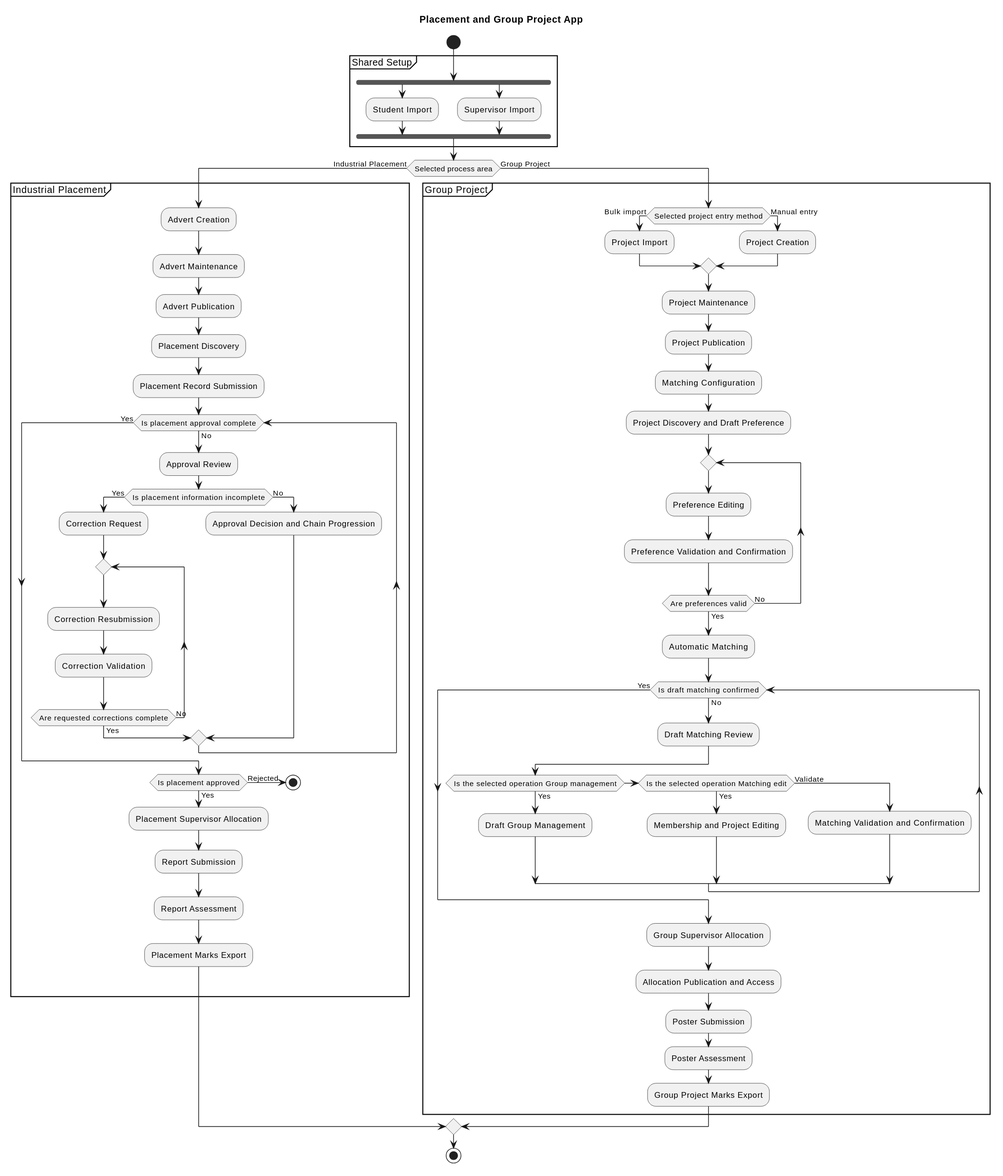
The PlantUML diagram industrial-placement-group-project/diagrams/overview.svg in sdflkjssl/sdflkjssl.github.io, before a commit. Source of this version:
```plantuml
@startuml
!pragma layout smetana
title Placement and Group Project App
skinparam monochrome true
skinparam shadowing false

start
partition "Shared Setup" {
  fork
    :Student Import;
  fork again
    :Supervisor Import;
  end fork
}
if (Selected process area) then (Industrial Placement)
  partition "Industrial Placement" {
    :Advert Creation;
    :Advert Maintenance;
    :Advert Publication;
    :Placement Discovery;
    :Placement Record Submission;

    while (Is placement approval complete) is (No)
      :Approval Review;
      if (Is placement information incomplete) then (Yes)
        :Correction Request;
        repeat
          :Correction Resubmission;
          :Correction Validation;
        repeat while (Are requested corrections complete) is (No) not (Yes)
      else (No)
        :Approval Decision and Chain Progression;
      endif
    endwhile (Yes)

    if (Is placement approved) then (Yes)
      :Placement Supervisor Allocation;
      :Report Submission;
      :Report Assessment;
      :Placement Marks Export;
    else (Rejected)
      stop
    endif
  }
else (Group Project)
  partition "Group Project" {
    if (Selected project entry method) then (Bulk import)
      :Project Import;
    else (Manual entry)
      :Project Creation;
    endif
    :Project Maintenance;
    :Project Publication;
    :Matching Configuration;
    :Project Discovery and Draft Preference;

    repeat
      :Preference Editing;
      :Preference Validation and Confirmation;
    repeat while (Are preferences valid) is (No) not (Yes)

    :Automatic Matching;

    while (Is draft matching confirmed) is (No)
      :Draft Matching Review;
      if (Is the selected operation Group management) then (Yes)
        :Draft Group Management;
      elseif (Is the selected operation Matching edit) then (Yes)
        :Membership and Project Editing;
      else (Validate)
        :Matching Validation and Confirmation;
      endif
    endwhile (Yes)

    :Group Supervisor Allocation;
    :Allocation Publication and Access;
    :Poster Submission;
    :Poster Assessment;
    :Group Project Marks Export;
  }
endif
stop
@enduml
```
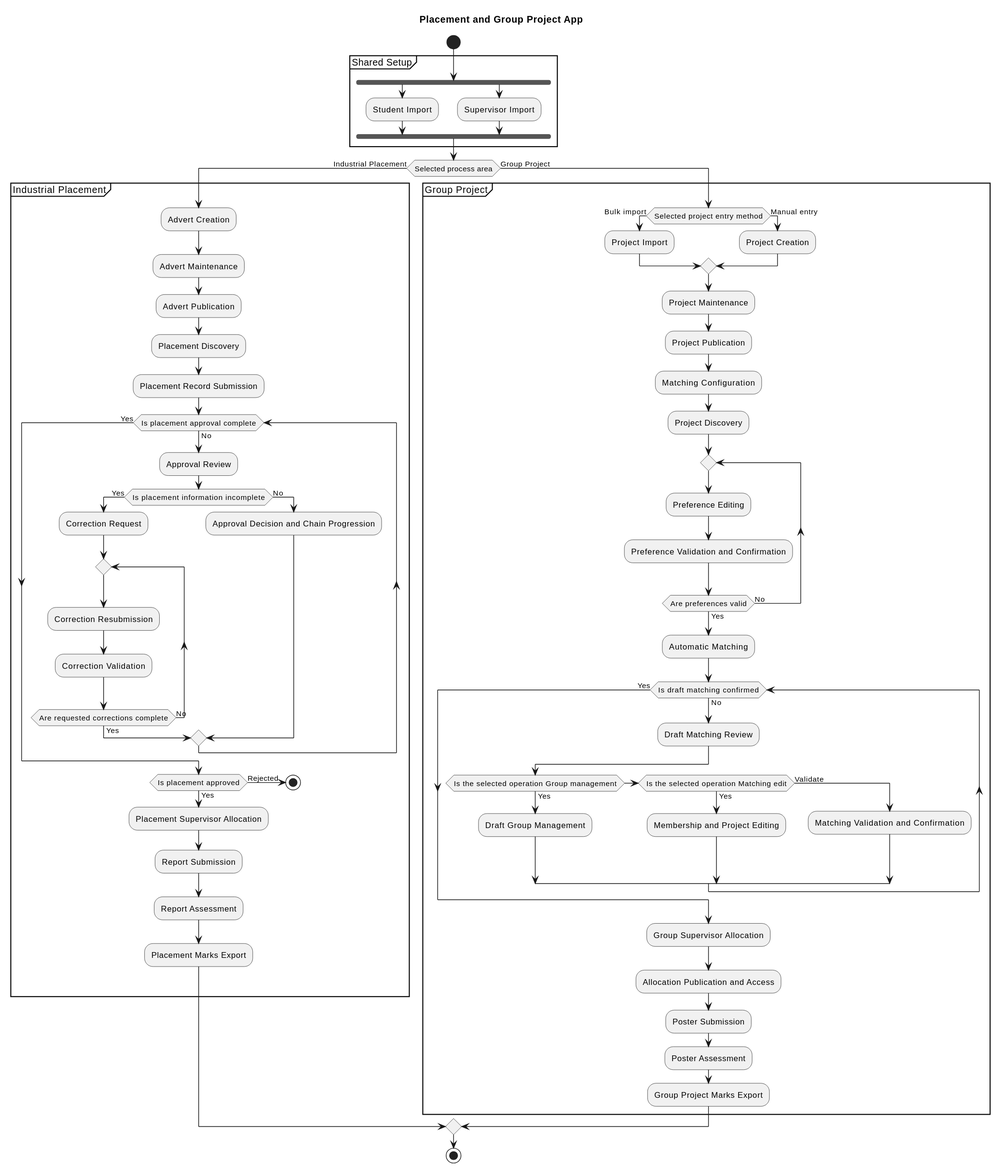
Later version of the same file.

What changed in the source:
```diff
@@ -52,7 +52,7 @@
     :Project Maintenance;
     :Project Publication;
     :Matching Configuration;
-    :Project Discovery and Draft Preference;
+    :Project Discovery;
 
     repeat
       :Preference Editing;
```
